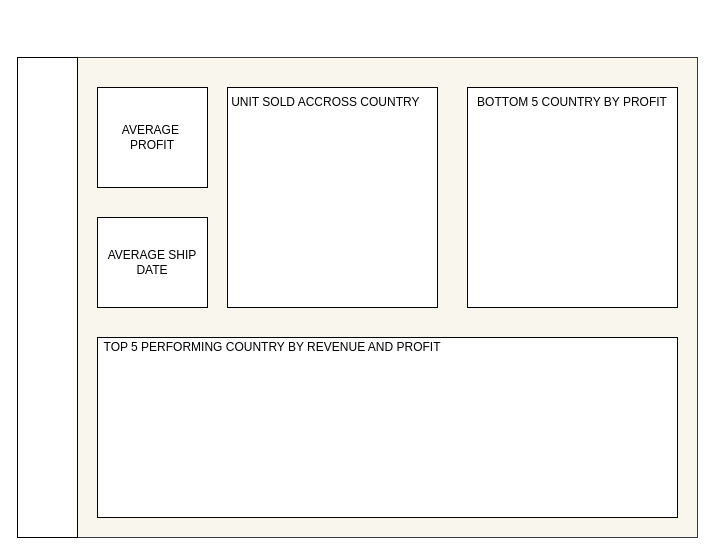
This is page "Performance by Country" (3 of 5) of Untitled Diagram.drawio from Bumzeal/SALES-PERFORMANCE-ANALYSIS, a draw.io file, before an edit. Source tidied: cells renumbered, new cells numbered last; positions are measured from the earlier drawing's top-left corner, leaving out a move shared by most shapes. Both pictures are drawn from the tidied source at 100%, with x=0, y=0 at pixel (17, 57).
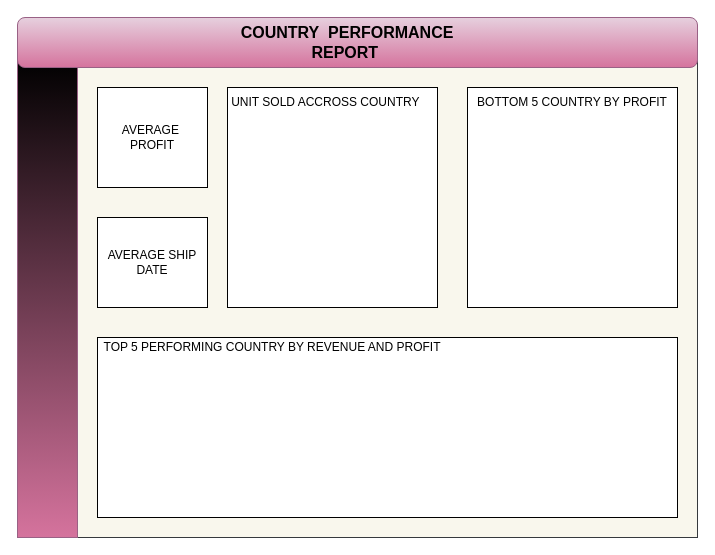
The same diagram, later.

The edit, as a diff of the source:
```diff
@@
 <mxGraphModel>
   <root>
     <mxCell id="0" />
     <mxCell id="1" parent="0" />
     <mxCell id="2" style="rounded=0;whiteSpace=wrap;html=1;fillColor=#f9f7ed;strokeColor=#36393d;" parent="1" vertex="1">
       <mxGeometry width="680" height="480" as="geometry" />
     </mxCell>
     <mxCell id="3" value="AVERAGE&amp;nbsp;&lt;br&gt;PROFIT" style="rounded=0;whiteSpace=wrap;html=1;" parent="1" vertex="1">
       <mxGeometry x="80" y="30" width="110" height="100" as="geometry" />
     </mxCell>
     <mxCell id="4" value="AVERAGE SHIP DATE" style="rounded=0;whiteSpace=wrap;html=1;" parent="1" vertex="1">
       <mxGeometry x="80" y="160" width="110" height="90" as="geometry" />
     </mxCell>
     <mxCell id="5" style="rounded=0;whiteSpace=wrap;html=1;" parent="1" vertex="1">
       <mxGeometry x="80" y="280" width="580" height="180" as="geometry" />
     </mxCell>
-    <mxCell id="6" style="rounded=0;whiteSpace=wrap;html=1;" parent="1" vertex="1">
-      <mxGeometry width="60" height="480" as="geometry" />
-    </mxCell>
     <mxCell id="7" style="rounded=0;whiteSpace=wrap;html=1;" parent="1" vertex="1">
       <mxGeometry x="450" y="30" width="210" height="220" as="geometry" />
     </mxCell>
     <mxCell id="8" value="TOP 5 PERFORMING COUNTRY BY REVENUE AND PROFIT" style="text;html=1;strokeColor=none;fillColor=none;align=center;verticalAlign=middle;whiteSpace=wrap;rounded=0;" parent="1" vertex="1">
       <mxGeometry x="80" y="280" width="350" height="20" as="geometry" />
     </mxCell>
     <mxCell id="9" value="BOTTOM 5 COUNTRY BY PROFIT" style="text;html=1;strokeColor=none;fillColor=none;align=center;verticalAlign=middle;whiteSpace=wrap;rounded=0;" parent="1" vertex="1">
       <mxGeometry x="450" y="30" width="210" height="30" as="geometry" />
     </mxCell>
     <mxCell id="10" style="rounded=0;whiteSpace=wrap;html=1;" parent="1" vertex="1">
       <mxGeometry x="210" y="30" width="210" height="220" as="geometry" />
     </mxCell>
     <mxCell id="11" value="UNIT SOLD ACCROSS COUNTRY&amp;nbsp;" style="text;html=1;strokeColor=none;fillColor=none;align=center;verticalAlign=middle;whiteSpace=wrap;rounded=0;" parent="1" vertex="1">
       <mxGeometry x="190" y="30" width="240" height="30" as="geometry" />
     </mxCell>
+    <mxCell id="12" style="rounded=0;whiteSpace=wrap;html=1;fillColor=#000000;gradientColor=#d5739d;strokeColor=#996185;" parent="1" vertex="1">
+      <mxGeometry width="60" height="480" as="geometry" />
+    </mxCell>
+    <mxCell id="13" style="rounded=1;whiteSpace=wrap;html=1;fillColor=#e6d0de;strokeColor=#996185;gradientColor=#d5739d;" parent="1" vertex="1">
+      <mxGeometry y="-40" width="680" height="50" as="geometry" />
+    </mxCell>
+    <mxCell id="14" value="&lt;font style=&quot;font-size: 16px;&quot;&gt;&lt;b&gt;COUNTRY&amp;nbsp; PERFORMANCE REPORT&amp;nbsp;&lt;/b&gt;&lt;/font&gt;" style="text;html=1;strokeColor=none;fillColor=none;align=center;verticalAlign=middle;whiteSpace=wrap;rounded=0;" parent="1" vertex="1">
+      <mxGeometry x="200" y="-30" width="260" height="30" as="geometry" />
+    </mxCell>
   </root>
 </mxGraphModel>
```
